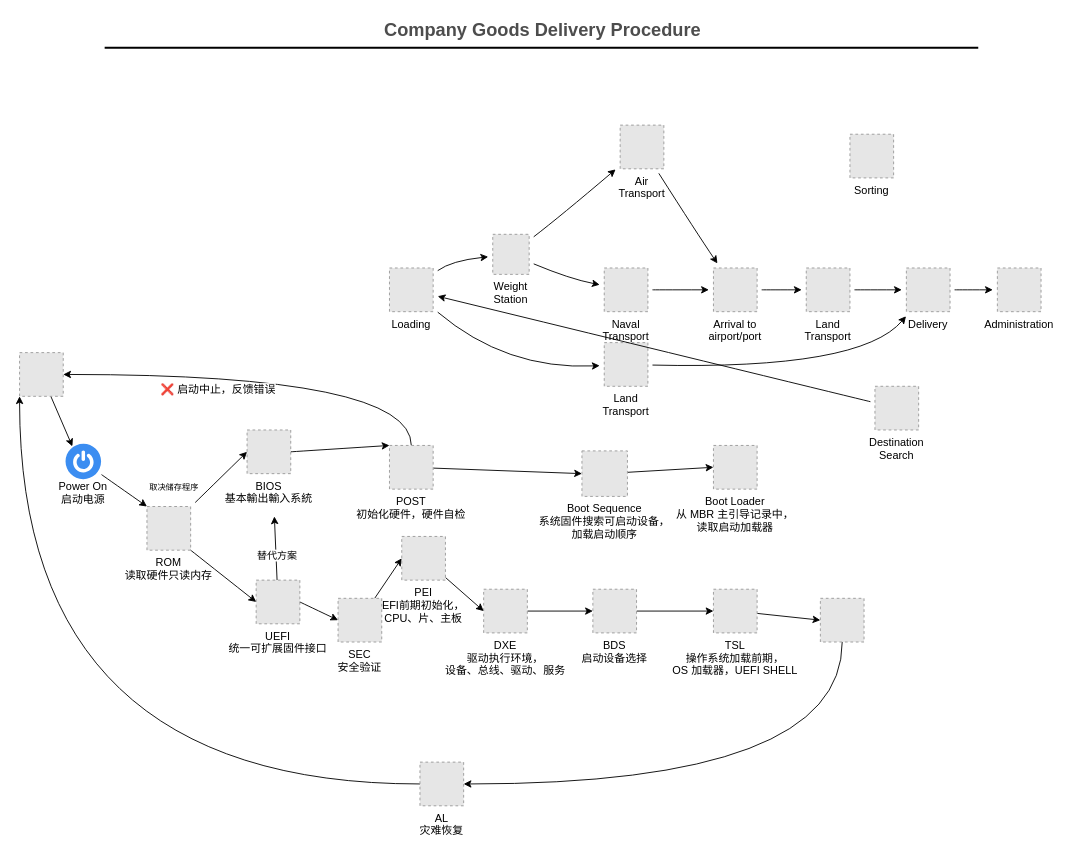
Earlier version of the draw.io diagram map/boot.drawio (msqtt/Sources). Source tidied: cells renumbered, new cells numbered last; positions are measured from the earlier drawing's top-left corner, leaving out a move shared by most shapes. Both pictures are drawn from the tidied source at 91%, with x=0, y=0 at pixel (19, 15). Pictures stored in the file or linked from it are replaced by grey dashed boxes.
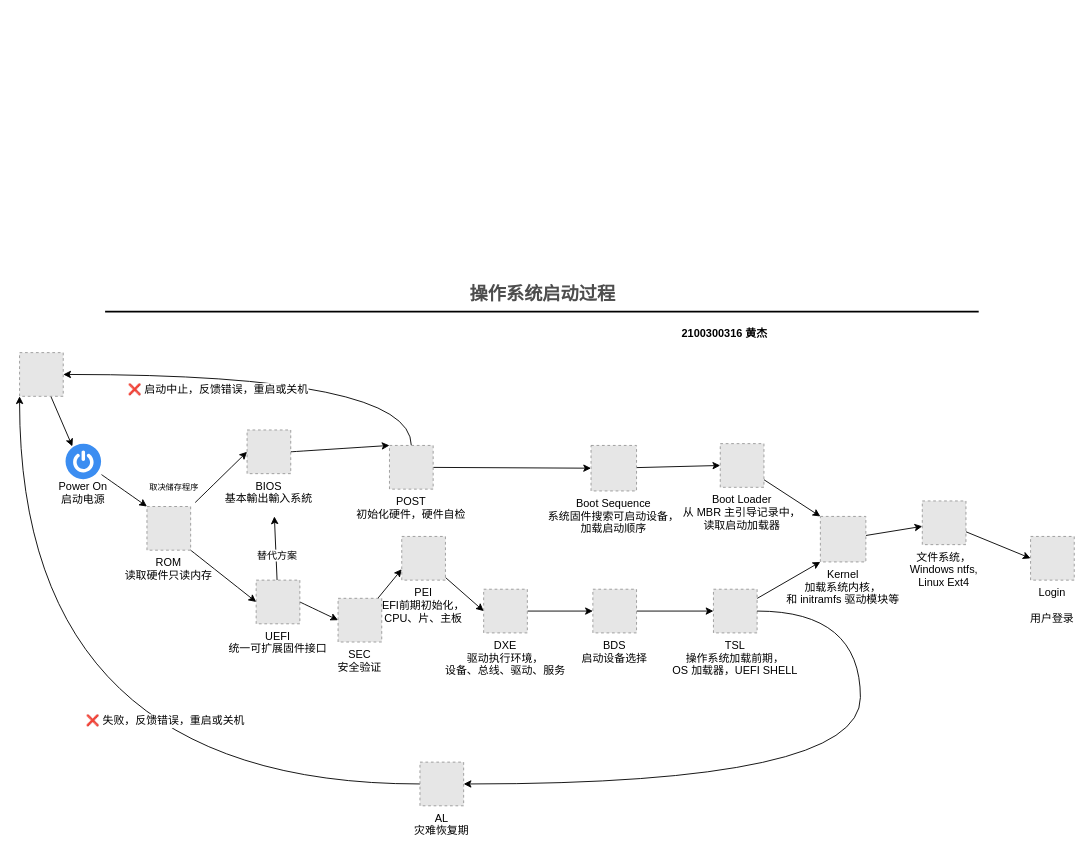
Above is the later version.

Unchanged cells that the change refers to:
```xml
<mxCell id="39" style="edgeStyle=orthogonalEdgeStyle;curved=1;rounded=0;jettySize=auto;html=1;fontSize=12;entryX=1;entryY=0.5;entryDx=0;entryDy=0;" parent="1" edge="1" source="41" target="47">
  <mxGeometry relative="1" as="geometry">
    <Array as="points">
      <mxPoint x="431" y="394" />
    </Array>
  </mxGeometry>
</mxCell>
<mxCell id="50" value="SEC&#10;安全验证&#10;" style="fillColor=#E6E6E6;strokeColor=#999999;dashed=1;verticalLabelPosition=bottom;verticalAlign=top;fontSize=12;" parent="1" vertex="1">
  <mxGeometry x="350" y="640" width="48" height="48" as="geometry" />
</mxCell>
<mxCell id="54" value="PEI&#10;EFI前期初始化，&#10;CPU、片、主板&#10;" style="fillColor=#E6E6E6;strokeColor=#999999;dashed=1;verticalLabelPosition=bottom;verticalAlign=top;fontSize=12;" parent="1" vertex="1">
  <mxGeometry x="420" y="572" width="48" height="48" as="geometry" />
</mxCell>
<mxCell id="58" value="TSL&#10;操作系统加载前期，&#10;OS 加载器，UEFI SHELL&#10;" style="fillColor=#E6E6E6;strokeColor=#999999;dashed=1;verticalLabelPosition=bottom;verticalAlign=top;fontSize=12;" parent="1" vertex="1">
  <mxGeometry x="762.5" y="630" width="48" height="48" as="geometry" />
</mxCell>
<mxCell id="61" style="edgeStyle=orthogonalEdgeStyle;curved=1;rounded=0;jettySize=auto;html=1;entryX=0;entryY=1;entryDx=0;entryDy=0;fontSize=12;" parent="1" edge="1" source="62" target="47">
  <mxGeometry relative="1" as="geometry" />
</mxCell>
```

What changed in the source:
```diff
@@
-    <mxCell id="3" value="Sorting" style="fillColor=#E6E6E6;strokeColor=#999999;dashed=1;verticalLabelPosition=bottom;verticalAlign=top;" parent="1" vertex="1">
-      <mxGeometry x="912.5" y="130" width="48" height="48" as="geometry" />
-    </mxCell>
-    <mxCell id="4" style="jettySize=auto;html=1;curved=1;sourcePerimeterSpacing=5;targetPerimeterSpacing=5;" parent="1" edge="1" source="5" target="25">
-      <mxGeometry relative="1" as="geometry">
-        <Array as="points">
-          <mxPoint x="924.5" y="389" />
-        </Array>
-      </mxGeometry>
-    </mxCell>
-    <mxCell id="5" value="Land&#10;Transport" style="fillColor=#E6E6E6;strokeColor=#999999;dashed=1;verticalLabelPosition=bottom;verticalAlign=top;" parent="1" vertex="1">
-      <mxGeometry x="642.5" y="359" width="48" height="48" as="geometry" />
-    </mxCell>
-    <mxCell id="6" style="jettySize=auto;html=1;curved=1;sourcePerimeterSpacing=5;targetPerimeterSpacing=5;" parent="1" edge="1" source="7" target="16">
-      <mxGeometry relative="1" as="geometry">
-        <Array as="points">
-          <mxPoint x="744.5" y="239" />
-        </Array>
-      </mxGeometry>
-    </mxCell>
-    <mxCell id="7" value="Air&#10;Transport" style="fillColor=#E6E6E6;strokeColor=#999999;dashed=1;verticalLabelPosition=bottom;verticalAlign=top;" parent="1" vertex="1">
-      <mxGeometry x="660" y="120" width="48" height="48" as="geometry" />
-    </mxCell>
-    <mxCell id="8" style="jettySize=auto;html=1;curved=1;sourcePerimeterSpacing=5;targetPerimeterSpacing=5;" parent="1" edge="1" source="10" target="19">
-      <mxGeometry relative="1" as="geometry">
-        <Array as="points">
-          <mxPoint x="474.5" y="269" />
-        </Array>
-      </mxGeometry>
-    </mxCell>
-    <mxCell id="9" style="jettySize=auto;html=1;curved=1;sourcePerimeterSpacing=5;targetPerimeterSpacing=5;" parent="1" edge="1" source="10" target="5">
-      <mxGeometry relative="1" as="geometry">
-        <Array as="points">
-          <mxPoint x="534.5" y="389" />
-        </Array>
-      </mxGeometry>
-    </mxCell>
-    <mxCell id="10" value="Loading" style="fillColor=#E6E6E6;strokeColor=#999999;dashed=1;verticalLabelPosition=bottom;verticalAlign=top;" parent="1" vertex="1">
-      <mxGeometry x="406.5" y="277" width="48" height="48" as="geometry" />
-    </mxCell>
@@
-    <mxCell id="13" style="jettySize=auto;html=1;curved=1;sourcePerimeterSpacing=5;targetPerimeterSpacing=5;" parent="1" edge="1" source="14" target="10">
-      <mxGeometry relative="1" as="geometry" />
-    </mxCell>
-    <mxCell id="14" value="Destination&#10;Search" style="fillColor=#E6E6E6;strokeColor=#999999;dashed=1;verticalLabelPosition=bottom;verticalAlign=top;" parent="1" vertex="1">
-      <mxGeometry x="940" y="407" width="48" height="48" as="geometry" />
-    </mxCell>
-    <mxCell id="15" style="jettySize=auto;html=1;curved=1;sourcePerimeterSpacing=5;targetPerimeterSpacing=5;" parent="1" edge="1" source="16" target="23">
-      <mxGeometry relative="1" as="geometry" />
-    </mxCell>
-    <mxCell id="16" value="Arrival to&#10;airport/port" style="fillColor=#E6E6E6;strokeColor=#999999;dashed=1;verticalLabelPosition=bottom;verticalAlign=top;" parent="1" vertex="1">
-      <mxGeometry x="762.5" y="277" width="48" height="48" as="geometry" />
-    </mxCell>
-    <mxCell id="17" style="jettySize=auto;html=1;curved=1;sourcePerimeterSpacing=5;targetPerimeterSpacing=5;" parent="1" edge="1" source="19" target="7">
-      <mxGeometry relative="1" as="geometry">
-        <Array as="points">
-          <mxPoint x="594.5" y="220" />
-        </Array>
-      </mxGeometry>
-    </mxCell>
-    <mxCell id="18" style="jettySize=auto;html=1;curved=1;sourcePerimeterSpacing=5;targetPerimeterSpacing=5;" parent="1" edge="1" source="19" target="21">
-      <mxGeometry relative="1" as="geometry">
-        <Array as="points">
-          <mxPoint x="604.5" y="289" />
-        </Array>
-      </mxGeometry>
-    </mxCell>
-    <mxCell id="19" value="Weight&#10;Station" style="fillColor=#E6E6E6;strokeColor=#999999;dashed=1;verticalLabelPosition=bottom;verticalAlign=top;" parent="1" vertex="1">
-      <mxGeometry x="520" y="240" width="40" height="44" as="geometry" />
-    </mxCell>
-    <mxCell id="20" style="jettySize=auto;html=1;curved=1;sourcePerimeterSpacing=5;targetPerimeterSpacing=5;" parent="1" edge="1" source="21" target="16">
-      <mxGeometry relative="1" as="geometry" />
-    </mxCell>
-    <mxCell id="21" value="Naval&#10;Transport" style="fillColor=#E6E6E6;strokeColor=#999999;dashed=1;verticalLabelPosition=bottom;verticalAlign=top;" parent="1" vertex="1">
-      <mxGeometry x="642.5" y="277" width="48" height="48" as="geometry" />
-    </mxCell>
-    <mxCell id="22" style="jettySize=auto;html=1;curved=1;sourcePerimeterSpacing=5;targetPerimeterSpacing=5;" parent="1" edge="1" source="23" target="25">
-      <mxGeometry relative="1" as="geometry" />
-    </mxCell>
-    <mxCell id="23" value="Land&#10;Transport" style="fillColor=#E6E6E6;strokeColor=#999999;dashed=1;verticalLabelPosition=bottom;verticalAlign=top;" parent="1" vertex="1">
-      <mxGeometry x="864.5" y="277" width="48" height="48" as="geometry" />
-    </mxCell>
-    <mxCell id="24" style="jettySize=auto;html=1;curved=1;sourcePerimeterSpacing=5;targetPerimeterSpacing=5;" parent="1" edge="1" source="25" target="26">
-      <mxGeometry relative="1" as="geometry" />
-    </mxCell>
-    <mxCell id="25" value="Delivery" style="fillColor=#E6E6E6;strokeColor=#999999;dashed=1;verticalLabelPosition=bottom;verticalAlign=top;" parent="1" vertex="1">
-      <mxGeometry x="974.5" y="277" width="48" height="48" as="geometry" />
-    </mxCell>
-    <mxCell id="26" value="Administration" style="fillColor=#E6E6E6;strokeColor=#999999;dashed=1;verticalLabelPosition=bottom;verticalAlign=top;" parent="1" vertex="1">
-      <mxGeometry x="1074.5" y="277" width="48" height="48" as="geometry" />
-    </mxCell>
-    <mxCell id="27" value="Company Goods Delivery Procedure" style="text;html=1;strokeColor=none;fillColor=none;align=center;verticalAlign=middle;whiteSpace=wrap;rounded=0;fontStyle=1;fontSize=20;fontColor=#4D4D4D;" parent="1" vertex="1">
-      <mxGeometry x="179.5" width="790" height="30" as="geometry" />
+    <mxCell id="27" value="操作系统启动过程" style="text;html=1;strokeColor=none;fillColor=none;align=center;verticalAlign=middle;whiteSpace=wrap;rounded=0;fontStyle=1;fontSize=20;fontColor=#4D4D4D;" parent="1" vertex="1">
+      <mxGeometry x="180" y="290" width="790" height="30" as="geometry" />
     </mxCell>
     <mxCell id="28" style="line;strokeWidth=2;html=1;fontSize=20;fontColor=#4D4D4D;" parent="1" vertex="1">
-      <mxGeometry x="93.5" y="30" width="960" height="10" as="geometry" />
+      <mxGeometry x="94" y="320" width="960" height="10" as="geometry" />
     </mxCell>
@@
-    <mxCell id="40" value="❌ 启动中止，反馈错误" style="edgeLabel;html=1;align=center;verticalAlign=middle;fontSize=12;" parent="39" vertex="1">
+    <mxCell id="40" value="❌ 启动中止，反馈错误，重启或关机" style="edgeLabel;html=1;align=center;verticalAlign=middle;fontSize=12;" parent="39" vertex="1">
       <mxGeometry x="0.27" y="16" relative="1" as="geometry">
         <mxPoint x="1" as="offset" />
       </mxGeometry>
     </mxCell>
@@
     <mxCell id="44" value="Boot Sequence&#10;系统固件搜索可启动设备，&#10;加载启动顺序&#10;" style="fillColor=#E6E6E6;strokeColor=#999999;dashed=1;verticalLabelPosition=bottom;verticalAlign=top;fontSize=12;" parent="1" vertex="1">
-      <mxGeometry x="618" y="478" width="50" height="50" as="geometry" />
+      <mxGeometry x="628" y="472" width="50" height="50" as="geometry" />
     </mxCell>
@@
+    <mxCell id="63" style="rounded=0;jettySize=auto;html=1;entryX=0;entryY=0;entryDx=0;entryDy=0;fontSize=12;" parent="1" edge="1" source="48" target="67">
+      <mxGeometry relative="1" as="geometry" />
+    </mxCell>
     <mxCell id="48" value="Boot Loader&#10;从 MBR 主引导记录中，&#10;读取启动加载器" style="fillColor=#E6E6E6;strokeColor=#999999;dashed=1;verticalLabelPosition=bottom;verticalAlign=top;fontSize=12;" parent="1" vertex="1">
-      <mxGeometry x="762.5" y="472" width="48" height="48" as="geometry" />
+      <mxGeometry x="770" y="470" width="48" height="48" as="geometry" />
     </mxCell>
-    <mxCell id="49" style="edgeStyle=none;rounded=0;jettySize=auto;html=1;entryX=0;entryY=0.5;entryDx=0;entryDy=0;fontSize=12;" parent="1" edge="1" source="50" target="54">
+    <mxCell id="49" style="edgeStyle=none;rounded=0;jettySize=auto;html=1;entryX=0;entryY=0.75;entryDx=0;entryDy=0;fontSize=12;" parent="1" edge="1" source="50" target="54">
       <mxGeometry relative="1" as="geometry" />
     </mxCell>
@@
-    <mxCell id="57" style="edgeStyle=none;rounded=0;jettySize=auto;html=1;entryX=0;entryY=0.5;entryDx=0;entryDy=0;fontSize=12;" parent="1" edge="1" source="58" target="60">
+    <mxCell id="57" style="edgeStyle=none;rounded=0;jettySize=auto;html=1;entryX=0;entryY=1;entryDx=0;entryDy=0;fontSize=12;" parent="1" edge="1" source="58" target="67">
       <mxGeometry relative="1" as="geometry" />
     </mxCell>
@@
-    <mxCell id="59" style="edgeStyle=orthogonalEdgeStyle;curved=1;rounded=0;jettySize=auto;html=1;entryX=1;entryY=0.5;entryDx=0;entryDy=0;fontSize=12;" parent="1" edge="1" source="60" target="62">
-      <mxGeometry relative="1" as="geometry">
-        <Array as="points">
-          <mxPoint x="904" y="844" />
-        </Array>
-      </mxGeometry>
-    </mxCell>
-    <mxCell id="60" style="fillColor=#E6E6E6;strokeColor=#999999;dashed=1;verticalLabelPosition=bottom;verticalAlign=top;fontSize=12;" parent="1" vertex="1">
-      <mxGeometry x="880" y="640" width="48" height="48" as="geometry" />
-    </mxCell>
+    <mxCell id="64" style="edgeStyle=orthogonalEdgeStyle;curved=1;rounded=0;jettySize=auto;html=1;entryX=1;entryY=0.5;entryDx=0;entryDy=0;fontSize=12;exitX=1;exitY=0.5;exitDx=0;exitDy=0;" parent="1" edge="1" source="58" target="62">
+      <mxGeometry relative="1" as="geometry">
+        <Array as="points">
+          <mxPoint x="924" y="654" />
+          <mxPoint x="924" y="844" />
+        </Array>
+      </mxGeometry>
+    </mxCell>
@@
+    <mxCell id="65" value="❌ 失败，反馈错误，重启或关机" style="edgeLabel;html=1;align=center;verticalAlign=middle;fontSize=12;" parent="61" vertex="1">
+      <mxGeometry x="-0.35" y="-70" relative="1" as="geometry" />
+    </mxCell>
-    <mxCell id="62" value="AL&#10;灾难恢复&#10;" style="fillColor=#E6E6E6;strokeColor=#999999;dashed=1;verticalLabelPosition=bottom;verticalAlign=top;fontSize=12;" parent="1" vertex="1">
+    <mxCell id="62" value="AL&#10;灾难恢复期&#10;" style="fillColor=#E6E6E6;strokeColor=#999999;dashed=1;verticalLabelPosition=bottom;verticalAlign=top;fontSize=12;" parent="1" vertex="1">
       <mxGeometry x="440" y="820" width="48" height="48" as="geometry" />
     </mxCell>
+    <mxCell id="66" style="edgeStyle=none;rounded=0;jettySize=auto;html=1;fontSize=12;" parent="1" edge="1" source="67" target="69">
+      <mxGeometry relative="1" as="geometry" />
+    </mxCell>
+    <mxCell id="67" value="Kernel&#10;加载系统内核，&#10;和 initramfs 驱动模块等" style="fillColor=#E6E6E6;strokeColor=#999999;dashed=1;verticalLabelPosition=bottom;verticalAlign=top;fontSize=12;" parent="1" vertex="1">
+      <mxGeometry x="880" y="550" width="50" height="50" as="geometry" />
+    </mxCell>
+    <mxCell id="68" style="edgeStyle=none;rounded=0;jettySize=auto;html=1;entryX=0;entryY=0.5;entryDx=0;entryDy=0;fontSize=12;" parent="1" edge="1" source="69" target="70">
+      <mxGeometry relative="1" as="geometry" />
+    </mxCell>
+    <mxCell id="69" value="文件系统，&#10;Windows ntfs,&#10;Linux Ext4&#10;" style="fillColor=#E6E6E6;strokeColor=#999999;dashed=1;verticalLabelPosition=bottom;verticalAlign=top;fontSize=12;" parent="1" vertex="1">
+      <mxGeometry x="992" y="533" width="48" height="48" as="geometry" />
+    </mxCell>
+    <mxCell id="70" value="Login&#10;&#10;用户登录" style="fillColor=#E6E6E6;strokeColor=#999999;dashed=1;verticalLabelPosition=bottom;verticalAlign=top;fontSize=12;" parent="1" vertex="1">
+      <mxGeometry x="1111" y="572" width="48" height="48" as="geometry" />
+    </mxCell>
+    <mxCell id="71" value="2100300316 黄杰" style="text;html=1;strokeColor=none;fillColor=none;align=center;verticalAlign=middle;whiteSpace=wrap;rounded=0;fontSize=12;fontStyle=1;" parent="1" vertex="1">
+      <mxGeometry x="690" y="334" width="170" height="30" as="geometry" />
+    </mxCell>
```
